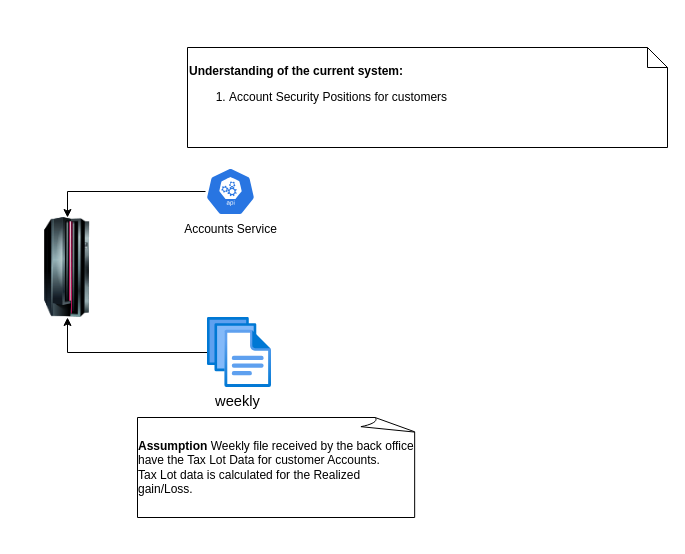
This is page "Current State" (1 of 2) of solution/Untitled Diagram.drawio from Vykuntarao-n/loss-harvesting-dashboard, a draw.io file, before an edit. Source tidied: cells renumbered, new cells numbered last; positions are measured from the earlier drawing's top-left corner, leaving out a move shared by most shapes. Both pictures are drawn from the tidied source at 100%, with x=0, y=0 at pixel (17, 47).
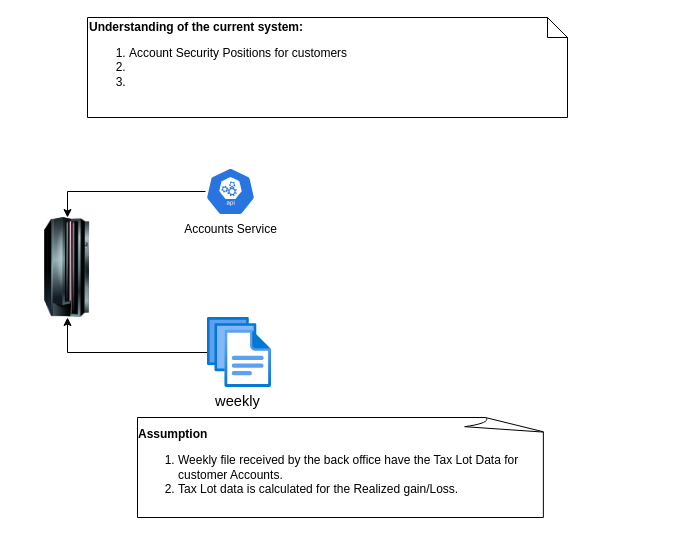
After the change.

What changed in the source:
```diff
@@
 <mxGraphModel>
   <root>
     <mxCell id="0" />
     <mxCell id="1" parent="0" />
-    <mxCell id="2" value="&lt;br&gt;&lt;div style=&quot;text-align: left;&quot;&gt;&lt;b&gt;&lt;br&gt;&lt;/b&gt;&lt;/div&gt;&lt;div style=&quot;text-align: left;&quot;&gt;&lt;b style=&quot;background-color: initial;&quot;&gt;Assumption&lt;/b&gt;&lt;span style=&quot;background-color: initial;&quot;&gt; Weekly file received by the back office have the Tax Lot Data for customer Accounts.&amp;nbsp;&lt;/span&gt;&lt;br&gt;&lt;/div&gt;&lt;div style=&quot;text-align: left;&quot;&gt;Tax Lot data is calculated for the Realized gain/Loss.&amp;nbsp;&lt;/div&gt;&lt;div style=&quot;text-align: left;&quot;&gt;&lt;br&gt;&lt;/div&gt;&lt;span style=&quot;orphans: 2; text-indent: 0px; widows: 2; background-color: rgb(248, 249, 250); text-decoration-thickness: initial; text-decoration-style: initial; text-decoration-color: initial; float: none; display: inline !important;&quot;&gt;&lt;div style=&quot;text-align: left;&quot;&gt;&lt;br&gt;&lt;/div&gt;&lt;/span&gt;" style="whiteSpace=wrap;html=1;shape=mxgraph.basic.document;" parent="1" vertex="1">
-      <mxGeometry x="120" y="370" width="280" height="100" as="geometry" />
+    <mxCell id="2" value="&lt;br&gt;&lt;div style=&quot;text-align: left;&quot;&gt;&lt;b&gt;&lt;br&gt;&lt;/b&gt;&lt;/div&gt;&lt;div style=&quot;text-align: left;&quot;&gt;&lt;b style=&quot;background-color: initial;&quot;&gt;Assumption&lt;/b&gt;&lt;span style=&quot;background-color: initial;&quot;&gt;&amp;nbsp;&lt;/span&gt;&lt;/div&gt;&lt;div style=&quot;text-align: left;&quot;&gt;&lt;ol&gt;&lt;li&gt;&lt;span style=&quot;background-color: initial;&quot;&gt;Weekly file received by the back office have the Tax Lot Data for customer Accounts.&amp;nbsp;&lt;/span&gt;&lt;/li&gt;&lt;li&gt;Tax Lot data is calculated for the Realized gain/Loss.&amp;nbsp;&lt;/li&gt;&lt;/ol&gt;&lt;/div&gt;&lt;div style=&quot;text-align: left;&quot;&gt;&lt;br&gt;&lt;/div&gt;&lt;span style=&quot;orphans: 2; text-indent: 0px; widows: 2; background-color: rgb(248, 249, 250); text-decoration-thickness: initial; text-decoration-style: initial; text-decoration-color: initial; float: none; display: inline !important;&quot;&gt;&lt;div style=&quot;text-align: left;&quot;&gt;&lt;br&gt;&lt;/div&gt;&lt;/span&gt;" style="whiteSpace=wrap;html=1;shape=mxgraph.basic.document;" parent="1" vertex="1">
+      <mxGeometry x="120" y="370" width="410" height="100" as="geometry" />
     </mxCell>
     <mxCell id="3" style="image;html=1;image=img/lib/clip_art/computers/Mainframe_128x128.png;" parent="1" vertex="1">
       <mxGeometry y="170" width="100" height="100" as="geometry" />
     </mxCell>
     <mxCell id="4" style="edgeStyle=orthogonalEdgeStyle;rounded=0;jettySize=auto;html=1;" parent="1" edge="1" source="5" target="3">
       <mxGeometry relative="1" as="geometry" />
     </mxCell>
     <mxCell id="5" value="Accounts Service&lt;br&gt;" style="sketch=0;html=1;dashed=0;whitespace=wrap;fillColor=#2875E2;strokeColor=#ffffff;points=[[0.005,0.63,0],[0.1,0.2,0],[0.9,0.2,0],[0.5,0,0],[0.995,0.63,0],[0.72,0.99,0],[0.5,1,0],[0.28,0.99,0]];verticalLabelPosition=bottom;align=center;verticalAlign=top;shape=mxgraph.kubernetes.icon;prIcon=api;" parent="1" vertex="1">
       <mxGeometry x="188" y="120" width="50" height="48" as="geometry" />
     </mxCell>
     <mxCell id="6" style="edgeStyle=orthogonalEdgeStyle;rounded=0;jettySize=auto;html=1;" parent="1" edge="1" source="7" target="3">
       <mxGeometry relative="1" as="geometry">
         <Array as="points">
           <mxPoint x="50" y="305" />
         </Array>
       </mxGeometry>
     </mxCell>
     <mxCell id="7" value="&lt;span style=&quot;font-size:11.0pt;line-height:107%;&lt;br/&gt;font-family:&amp;quot;Calibri&amp;quot;,sans-serif;mso-ascii-theme-font:minor-latin;mso-fareast-font-family:&lt;br/&gt;Calibri;mso-fareast-theme-font:minor-latin;mso-hansi-theme-font:minor-latin;&lt;br/&gt;mso-bidi-font-family:&amp;quot;Times New Roman&amp;quot;;mso-bidi-theme-font:minor-bidi;&lt;br/&gt;mso-ansi-language:EN-US;mso-fareast-language:EN-US;mso-bidi-language:AR-SA&quot;&gt;weekly&amp;nbsp;&lt;/span&gt;" style="html=1;points=[];align=center;image;fontSize=12;image=img/lib/azure2/general/Files.svg;" parent="1" vertex="1">
       <mxGeometry x="190" y="270" width="64" height="70" as="geometry" />
     </mxCell>
-    <mxCell id="8" value="&lt;b&gt;Understanding of the current system:&lt;/b&gt;&lt;br&gt;&lt;ol style=&quot;&quot;&gt;&lt;li style=&quot;&quot;&gt;Account&amp;nbsp;Security Positions for customers&lt;b&gt;&amp;nbsp;&lt;/b&gt;&lt;/li&gt;&lt;/ol&gt;&lt;b&gt;&lt;br&gt;&lt;/b&gt;" style="shape=note;size=20;whiteSpace=wrap;html=1;align=left;" parent="1" vertex="1">
-      <mxGeometry x="170" width="480" height="100" as="geometry" />
+    <mxCell id="8" value="&lt;b&gt;Understanding of the current system:&lt;/b&gt;&lt;br&gt;&lt;ol style=&quot;&quot;&gt;&lt;li style=&quot;&quot;&gt;Account&amp;nbsp;Security Positions for customers&lt;/li&gt;&lt;li style=&quot;&quot;&gt;&lt;b&gt;&amp;nbsp;&lt;/b&gt;&lt;/li&gt;&lt;li style=&quot;&quot;&gt;&lt;b&gt;&lt;br&gt;&lt;/b&gt;&lt;/li&gt;&lt;/ol&gt;&lt;b&gt;&lt;br&gt;&lt;/b&gt;" style="shape=note;size=20;whiteSpace=wrap;html=1;align=left;" parent="1" vertex="1">
+      <mxGeometry x="70" y="-30" width="480" height="100" as="geometry" />
     </mxCell>
   </root>
 </mxGraphModel>
```
